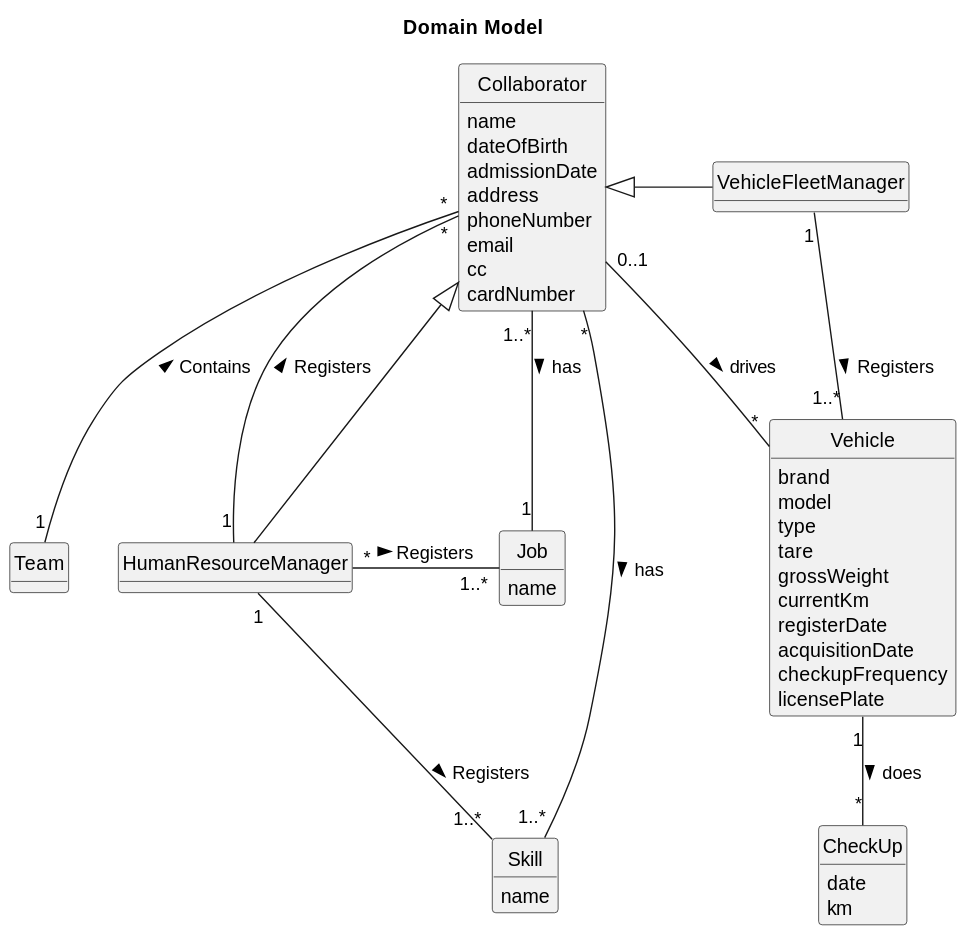
Departamento-de-Engenharia-Informatica/lei-24-s2-1db-g022 keeps this PlantUML diagram as docs/sprintA/global-artifacts/02.analysis/svg/project-domain-model.svg. Above is the earlier version.
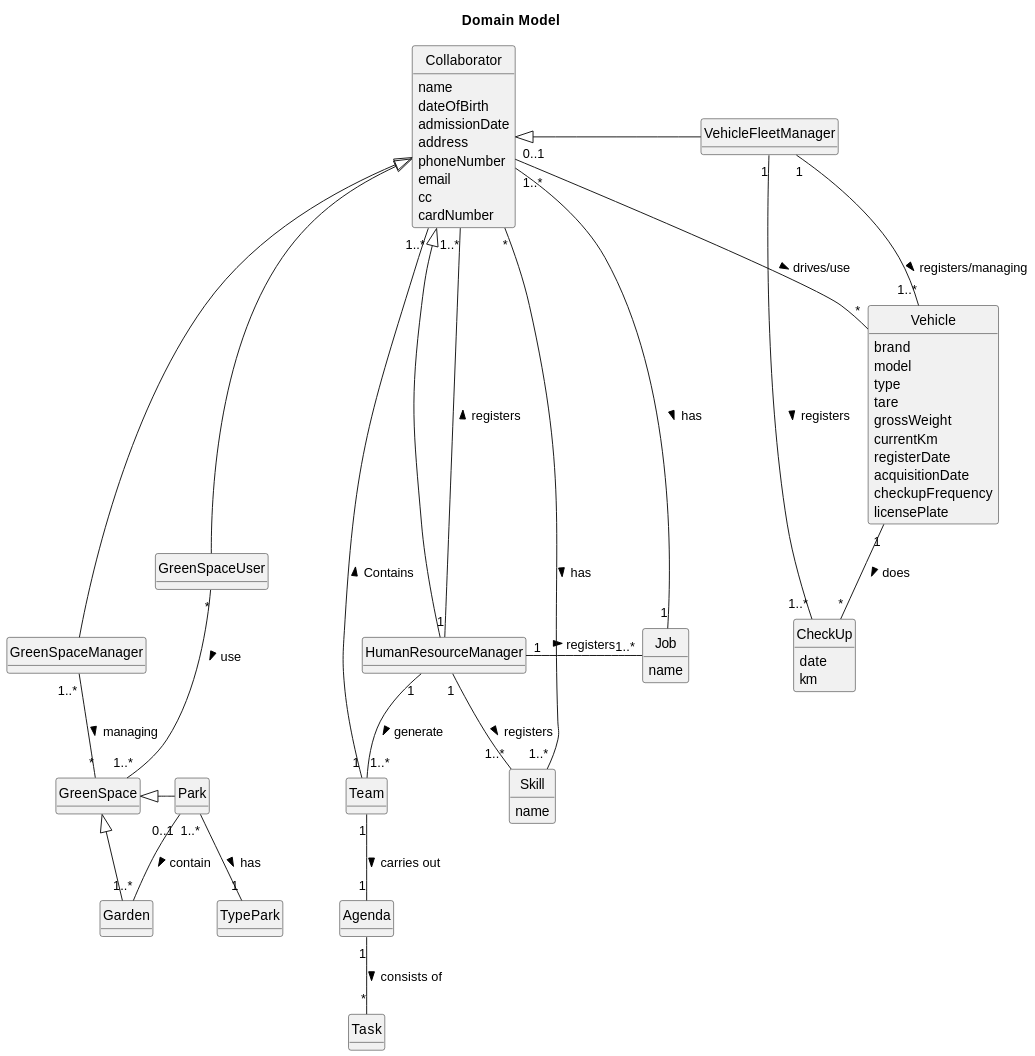
After the commit.

Diff of the diagram source:
```diff
@@ -21,15 +21,24 @@
 
 }
 class VehicleFleetManager {
+}
 
+class HumanResourceManager {
 }
-class HumanResourceManager {
 
+class GreenSpaceManager{
+}
 
+class GreenSpaceUser{
 }
 
 class Team{
+}
 
+class Agenda{
+}
+
+class Task{
 }
 
 class Vehicle{
@@ -58,17 +67,52 @@
     name
 }
 
+class Park{
+}
+
+class GreenSpace{
+}
+
+class Garden{
+}
+
+class TypePark{}
+
+
+GreenSpace <|- Park
+GreenSpace <|-- Garden
+Park "1..*" -- "1" TypePark : has >
+Park "0..1" -- "1..*" Garden : contain >
+
+
 
 Collaborator  <|--  HumanResourceManager
 Collaborator <|- VehicleFleetManager
-HumanResourceManager "1" -- "*" Collaborator : Registers >
-Collaborator "0..1" -- "*" Vehicle : drives >
-Collaborator "*" -- "1" Team : Contains <
+Collaborator <|--- GreenSpaceManager
+Collaborator <|-- GreenSpaceUser
+
+HumanResourceManager "1" --- "1..*" Collaborator : registers >
+HumanResourceManager "1" - "1..*" Job : registers >
+HumanResourceManager "1" -- "1..*" Skill : registers >
+HumanResourceManager "1" -- "1..*" Team : generate >
+
+
+Collaborator "0..1" -- "*" Vehicle : drives/use >
+Collaborator "1..*" ---- "1" Team : Contains <
+
+Team "1" -- "1" Agenda : carries out >
+
+Agenda "1" -- "*" Task : consists of >
+
 Vehicle "1" -- "*" CheckUp :  does >
-HumanResourceManager "1" -- "1..*" Skill : Registers >
+
 Skill "1..*" -- "*" Collaborator : has <
+
 Job "1" -- "1..*" Collaborator : has <
-HumanResourceManager "*" - "1..*" Job : Registers >
-VehicleFleetManager "1" -- "1..*" Vehicle : Registers >
 
+VehicleFleetManager "1" -- "1..*" Vehicle : registers/managing >
+VehicleFleetManager "1" -- "1..*" CheckUp : registers >
+
+GreenSpaceManager "1..*" -- "*" GreenSpace :  managing >
+GreenSpaceUser "*" -- "1..*" GreenSpace :  use >
 @enduml
```
